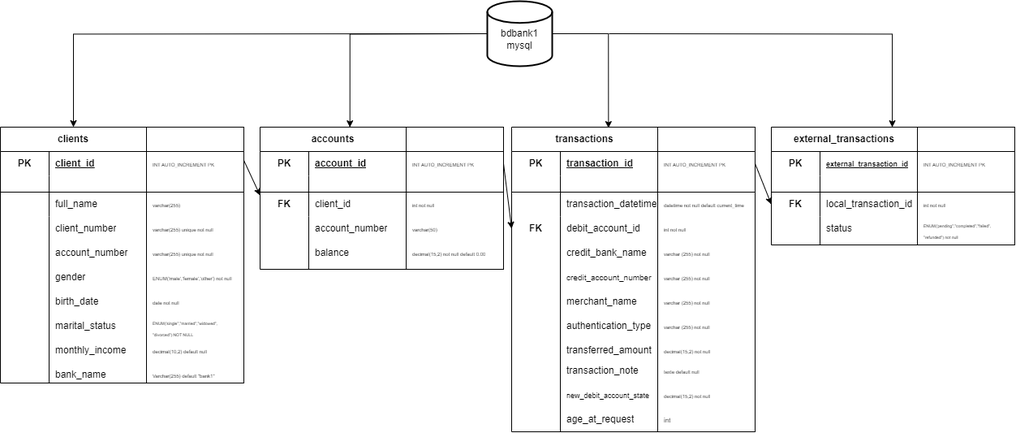
Above: table bank 1.png in gaetus44/db_iot2 (draw.io), before the change. Source tidied: cells renumbered, new cells last; positions are measured from the earlier drawing's top-left corner, leaving out a move shared by most shapes.
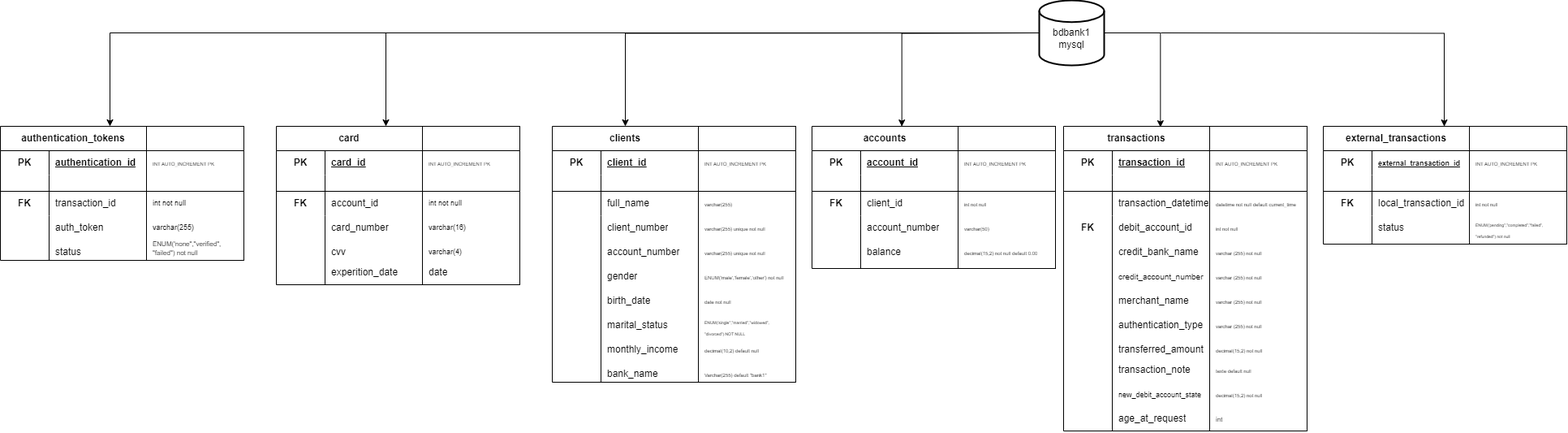
The same diagram one commit later.

Diff of the diagram source:
```diff
@@ -121,6 +121,12 @@
     <mxCell id="34" value="&lt;span style=&quot;font-size: 6px;&quot;&gt;decimal(10,2) default null&lt;/span&gt;" style="shape=partialRectangle;fillColor=none;top=0;left=0;bottom=0;right=0;align=left;spacingLeft=6;overflow=hidden;html=1;whiteSpace=wrap;" parent="1" vertex="1">
       <mxGeometry x="180" y="415" width="120" height="30" as="geometry" />
     </mxCell>
+    <mxCell id="123" style="edgeStyle=orthogonalEdgeStyle;rounded=0;jettySize=auto;html=1;entryX=0.75;entryY=0;entryDx=0;entryDy=0;" parent="1" edge="1" source="35" target="125">
+      <mxGeometry relative="1" as="geometry" />
+    </mxCell>
+    <mxCell id="124" style="edgeStyle=orthogonalEdgeStyle;rounded=0;jettySize=auto;html=1;entryX=0.75;entryY=0;entryDx=0;entryDy=0;" parent="1" edge="1" source="35" target="150">
+      <mxGeometry relative="1" as="geometry" />
+    </mxCell>
     <mxCell id="35" value="&lt;div&gt;&lt;br&gt;&lt;/div&gt;bdbank1&lt;br&gt;mysql" style="strokeWidth=2;html=1;shape=mxgraph.flowchart.database;whiteSpace=wrap;" parent="1" vertex="1">
       <mxGeometry x="600" width="80" height="80" as="geometry" />
     </mxCell>
@@ -403,23 +409,167 @@
     <mxCell id="119" value="&lt;font style=&quot;font-size: 8px;&quot;&gt;int&lt;/font&gt;" style="shape=partialRectangle;fillColor=none;top=0;left=0;bottom=0;right=0;align=left;spacingLeft=6;overflow=hidden;html=1;whiteSpace=wrap;" parent="1" vertex="1">
       <mxGeometry x="810" y="500" width="120" height="30" as="geometry" />
     </mxCell>
-    <mxCell id="120" style="endArrow=classic;html=1;rounded=0;" parent="1" edge="1">
-      <mxGeometry relative="1" as="geometry">
-        <mxPoint x="300" y="196" as="sourcePoint" />
-        <mxPoint x="320" y="239" as="targetPoint" />
-      </mxGeometry>
-    </mxCell>
-    <mxCell id="121" style="endArrow=classic;html=1;rounded=0;" parent="1" edge="1">
-      <mxGeometry relative="1" as="geometry">
-        <mxPoint x="620" y="200" as="sourcePoint" />
-        <mxPoint x="630" y="280" as="targetPoint" />
-      </mxGeometry>
-    </mxCell>
-    <mxCell id="122" style="endArrow=classic;html=1;rounded=0;" parent="1" edge="1">
-      <mxGeometry relative="1" as="geometry">
-        <mxPoint x="930" y="200" as="sourcePoint" />
-        <mxPoint x="950" y="250" as="targetPoint" />
-      </mxGeometry>
-    </mxCell>
+    <mxCell id="125" value="card" style="shape=table;startSize=30;rowLines=0;fontStyle=1;align=center;html=1;whiteSpace=wrap;" parent="1" vertex="1">
+      <mxGeometry x="-340" y="155" width="180" height="195" as="geometry" />
+    </mxCell>
+    <mxCell id="126" style="shape=tableRow;horizontal=0;startSize=0;swimlaneHead=0;swimlaneBody=0;fillColor=none;top=0;left=0;right=0;bottom=0;html=1;" parent="125" vertex="1">
+      <mxGeometry y="30" width="180" height="30" as="geometry" />
+    </mxCell>
+    <mxCell id="127" value="PK" style="shape=partialRectangle;fillColor=none;top=0;left=0;bottom=0;right=0;fontStyle=1;overflow=hidden;html=1;whiteSpace=wrap;" parent="126" vertex="1">
+      <mxGeometry width="60" height="30" as="geometry" />
+    </mxCell>
+    <mxCell id="128" value="card_id" style="shape=partialRectangle;fillColor=none;top=0;left=0;bottom=0;right=0;align=left;spacingLeft=6;fontStyle=5;overflow=hidden;html=1;whiteSpace=wrap;" parent="126" vertex="1">
+      <mxGeometry x="60" width="120" height="30" as="geometry" />
+    </mxCell>
+    <mxCell id="129" style="shape=tableRow;horizontal=0;startSize=0;swimlaneHead=0;swimlaneBody=0;fillColor=none;top=0;left=0;right=0;bottom=1;html=1;" parent="125" vertex="1">
+      <mxGeometry y="60" width="180" height="20" as="geometry" />
+    </mxCell>
+    <mxCell id="130" style="shape=partialRectangle;fillColor=none;top=0;left=0;bottom=0;right=0;fontStyle=1;overflow=hidden;html=1;whiteSpace=wrap;" parent="129" vertex="1">
+      <mxGeometry width="60" height="20" as="geometry" />
+    </mxCell>
+    <mxCell id="131" style="shape=partialRectangle;fillColor=none;top=0;left=0;bottom=0;right=0;align=left;spacingLeft=6;fontStyle=5;overflow=hidden;html=1;whiteSpace=wrap;" parent="129" vertex="1">
+      <mxGeometry x="60" width="120" height="20" as="geometry" />
+    </mxCell>
+    <mxCell id="132" style="shape=tableRow;horizontal=0;startSize=0;swimlaneHead=0;swimlaneBody=0;fillColor=none;top=0;left=0;right=0;bottom=0;html=1;" parent="125" vertex="1">
+      <mxGeometry y="80" width="180" height="30" as="geometry" />
+    </mxCell>
+    <mxCell id="133" style="shape=partialRectangle;fillColor=none;top=0;left=0;bottom=0;right=0;overflow=hidden;html=1;whiteSpace=wrap;" parent="132" vertex="1">
+      <mxGeometry width="60" height="30" as="geometry" />
+    </mxCell>
+    <mxCell id="134" value="account_id" style="shape=partialRectangle;fillColor=none;top=0;left=0;bottom=0;right=0;align=left;spacingLeft=6;overflow=hidden;html=1;whiteSpace=wrap;" parent="132" vertex="1">
+      <mxGeometry x="60" width="120" height="30" as="geometry" />
+    </mxCell>
+    <mxCell id="135" style="shape=tableRow;horizontal=0;startSize=0;swimlaneHead=0;swimlaneBody=0;fillColor=none;top=0;left=0;right=0;bottom=0;html=1;" parent="125" vertex="1">
+      <mxGeometry y="110" width="180" height="30" as="geometry" />
+    </mxCell>
+    <mxCell id="136" style="shape=partialRectangle;fillColor=none;top=0;left=0;bottom=0;right=0;overflow=hidden;html=1;whiteSpace=wrap;" parent="135" vertex="1">
+      <mxGeometry width="60" height="30" as="geometry" />
+    </mxCell>
+    <mxCell id="137" value="card_number" style="shape=partialRectangle;fillColor=none;top=0;left=0;bottom=0;right=0;align=left;spacingLeft=6;overflow=hidden;html=1;whiteSpace=wrap;" parent="135" vertex="1">
+      <mxGeometry x="60" width="120" height="30" as="geometry" />
+    </mxCell>
+    <mxCell id="138" style="endArrow=none;html=1;rounded=0;fontSize=12;startSize=8;endSize=8;curved=1;entryX=0.329;entryY=0.967;entryDx=0;entryDy=0;entryPerimeter=0;" parent="1" edge="1">
+      <mxGeometry relative="1" as="geometry">
+        <mxPoint x="-280" y="350" as="sourcePoint" />
+        <mxPoint x="-280" y="294" as="targetPoint" />
+      </mxGeometry>
+    </mxCell>
+    <mxCell id="139" value="cvv" style="shape=partialRectangle;fillColor=none;top=0;left=0;bottom=0;right=0;align=left;spacingLeft=6;overflow=hidden;html=1;whiteSpace=wrap;" parent="1" vertex="1">
+      <mxGeometry x="-280" y="295" width="120" height="30" as="geometry" />
+    </mxCell>
+    <mxCell id="140" style="rounded=0;whiteSpace=wrap;html=1;fillColor=none;" parent="1" vertex="1">
+      <mxGeometry x="-160" y="155" width="120" height="195" as="geometry" />
+    </mxCell>
+    <mxCell id="141" value="&lt;font style=&quot;font-size: 6px;&quot;&gt;INT AUTO_INCREMENT PK&lt;/font&gt;" style="shape=partialRectangle;fillColor=none;top=0;left=0;bottom=0;right=0;align=left;spacingLeft=6;overflow=hidden;html=1;whiteSpace=wrap;" parent="1" vertex="1">
+      <mxGeometry x="-160" y="185" width="120" height="30" as="geometry" />
+    </mxCell>
+    <mxCell id="142" value="&lt;span&gt;int not null&lt;/span&gt;" style="shape=partialRectangle;fillColor=none;top=0;left=0;bottom=0;right=0;align=left;spacingLeft=6;overflow=hidden;html=1;whiteSpace=wrap;fontSize=9;" parent="1" vertex="1">
+      <mxGeometry x="-160" y="235" width="120" height="30" as="geometry" />
+    </mxCell>
+    <mxCell id="143" style="endArrow=none;html=1;rounded=0;" parent="1" edge="1">
+      <mxGeometry relative="1" as="geometry">
+        <mxPoint x="-160" y="185" as="sourcePoint" />
+        <mxPoint x="-40" y="185" as="targetPoint" />
+      </mxGeometry>
+    </mxCell>
+    <mxCell id="144" style="endArrow=none;html=1;rounded=0;" parent="1" edge="1">
+      <mxGeometry relative="1" as="geometry">
+        <mxPoint x="-160" y="235" as="sourcePoint" />
+        <mxPoint x="-40" y="235" as="targetPoint" />
+      </mxGeometry>
+    </mxCell>
+    <mxCell id="145" value="&lt;span&gt;varchar(16)&lt;/span&gt;" style="shape=partialRectangle;fillColor=none;top=0;left=0;bottom=0;right=0;align=left;spacingLeft=6;overflow=hidden;html=1;whiteSpace=wrap;strokeWidth=1;fontSize=9;" parent="1" vertex="1">
+      <mxGeometry x="-160" y="265" width="120" height="30" as="geometry" />
+    </mxCell>
+    <mxCell id="146" value="&lt;span&gt;varchar(4)&lt;/span&gt;" style="shape=partialRectangle;fillColor=none;top=0;left=0;bottom=0;right=0;align=left;spacingLeft=6;overflow=hidden;html=1;whiteSpace=wrap;fontSize=9;" parent="1" vertex="1">
+      <mxGeometry x="-160" y="295" width="120" height="30" as="geometry" />
+    </mxCell>
+    <mxCell id="147" value="FK" style="shape=partialRectangle;fillColor=none;top=0;left=0;bottom=0;right=0;fontStyle=1;overflow=hidden;html=1;whiteSpace=wrap;" parent="1" vertex="1">
+      <mxGeometry x="-340" y="235" width="60" height="30" as="geometry" />
+    </mxCell>
+    <mxCell id="148" value="experition_date" style="shape=partialRectangle;fillColor=none;top=0;left=0;bottom=0;right=0;align=left;spacingLeft=6;overflow=hidden;html=1;whiteSpace=wrap;" parent="1" vertex="1">
+      <mxGeometry x="-280" y="320" width="120" height="30" as="geometry" />
+    </mxCell>
+    <mxCell id="149" value="date" style="shape=partialRectangle;fillColor=none;top=0;left=0;bottom=0;right=0;align=left;spacingLeft=6;overflow=hidden;html=1;whiteSpace=wrap;" parent="1" vertex="1">
+      <mxGeometry x="-160" y="320" width="120" height="30" as="geometry" />
+    </mxCell>
+    <mxCell id="150" value="authentication_tokens" style="shape=table;startSize=30;rowLines=0;fontStyle=1;align=center;html=1;whiteSpace=wrap;" parent="1" vertex="1">
+      <mxGeometry x="-680" y="155" width="180" height="165" as="geometry" />
+    </mxCell>
+    <mxCell id="151" style="shape=tableRow;horizontal=0;startSize=0;swimlaneHead=0;swimlaneBody=0;fillColor=none;top=0;left=0;right=0;bottom=0;html=1;" parent="150" vertex="1">
+      <mxGeometry y="30" width="180" height="30" as="geometry" />
+    </mxCell>
+    <mxCell id="152" value="PK" style="shape=partialRectangle;fillColor=none;top=0;left=0;bottom=0;right=0;fontStyle=1;overflow=hidden;html=1;whiteSpace=wrap;" parent="151" vertex="1">
+      <mxGeometry width="60" height="30" as="geometry" />
+    </mxCell>
+    <mxCell id="153" value="authentication_id" style="shape=partialRectangle;fillColor=none;top=0;left=0;bottom=0;right=0;align=left;spacingLeft=6;fontStyle=5;overflow=hidden;html=1;whiteSpace=wrap;" parent="151" vertex="1">
+      <mxGeometry x="60" width="120" height="30" as="geometry" />
+    </mxCell>
+    <mxCell id="154" style="shape=tableRow;horizontal=0;startSize=0;swimlaneHead=0;swimlaneBody=0;fillColor=none;top=0;left=0;right=0;bottom=1;html=1;" parent="150" vertex="1">
+      <mxGeometry y="60" width="180" height="20" as="geometry" />
+    </mxCell>
+    <mxCell id="155" style="shape=partialRectangle;fillColor=none;top=0;left=0;bottom=0;right=0;fontStyle=1;overflow=hidden;html=1;whiteSpace=wrap;" parent="154" vertex="1">
+      <mxGeometry width="60" height="20" as="geometry" />
+    </mxCell>
+    <mxCell id="156" style="shape=partialRectangle;fillColor=none;top=0;left=0;bottom=0;right=0;align=left;spacingLeft=6;fontStyle=5;overflow=hidden;html=1;whiteSpace=wrap;" parent="154" vertex="1">
+      <mxGeometry x="60" width="120" height="20" as="geometry" />
+    </mxCell>
+    <mxCell id="157" style="shape=tableRow;horizontal=0;startSize=0;swimlaneHead=0;swimlaneBody=0;fillColor=none;top=0;left=0;right=0;bottom=0;html=1;" parent="150" vertex="1">
+      <mxGeometry y="80" width="180" height="30" as="geometry" />
+    </mxCell>
+    <mxCell id="158" style="shape=partialRectangle;fillColor=none;top=0;left=0;bottom=0;right=0;overflow=hidden;html=1;whiteSpace=wrap;" parent="157" vertex="1">
+      <mxGeometry width="60" height="30" as="geometry" />
+    </mxCell>
+    <mxCell id="159" value="transaction_id" style="shape=partialRectangle;fillColor=none;top=0;left=0;bottom=0;right=0;align=left;spacingLeft=6;overflow=hidden;html=1;whiteSpace=wrap;" parent="157" vertex="1">
+      <mxGeometry x="60" width="120" height="30" as="geometry" />
+    </mxCell>
+    <mxCell id="160" style="shape=tableRow;horizontal=0;startSize=0;swimlaneHead=0;swimlaneBody=0;fillColor=none;top=0;left=0;right=0;bottom=0;html=1;" parent="150" vertex="1">
+      <mxGeometry y="110" width="180" height="30" as="geometry" />
+    </mxCell>
+    <mxCell id="161" style="shape=partialRectangle;fillColor=none;top=0;left=0;bottom=0;right=0;overflow=hidden;html=1;whiteSpace=wrap;" parent="160" vertex="1">
+      <mxGeometry width="60" height="30" as="geometry" />
+    </mxCell>
+    <mxCell id="162" value="auth_token" style="shape=partialRectangle;fillColor=none;top=0;left=0;bottom=0;right=0;align=left;spacingLeft=6;overflow=hidden;html=1;whiteSpace=wrap;" parent="160" vertex="1">
+      <mxGeometry x="60" width="120" height="30" as="geometry" />
+    </mxCell>
+    <mxCell id="163" style="endArrow=none;html=1;rounded=0;fontSize=12;startSize=8;endSize=8;curved=1;entryX=0.329;entryY=0.967;entryDx=0;entryDy=0;entryPerimeter=0;" parent="1" edge="1">
+      <mxGeometry relative="1" as="geometry">
+        <mxPoint x="-620" y="320" as="sourcePoint" />
+        <mxPoint x="-620" y="294" as="targetPoint" />
+      </mxGeometry>
+    </mxCell>
+    <mxCell id="164" value="status" style="shape=partialRectangle;fillColor=none;top=0;left=0;bottom=0;right=0;align=left;spacingLeft=6;overflow=hidden;html=1;whiteSpace=wrap;" parent="1" vertex="1">
+      <mxGeometry x="-620" y="295" width="120" height="30" as="geometry" />
+    </mxCell>
+    <mxCell id="165" style="rounded=0;whiteSpace=wrap;html=1;fillColor=none;" parent="1" vertex="1">
+      <mxGeometry x="-500" y="155" width="120" height="165" as="geometry" />
+    </mxCell>
+    <mxCell id="166" value="&lt;font style=&quot;font-size: 6px;&quot;&gt;INT AUTO_INCREMENT PK&lt;/font&gt;" style="shape=partialRectangle;fillColor=none;top=0;left=0;bottom=0;right=0;align=left;spacingLeft=6;overflow=hidden;html=1;whiteSpace=wrap;" parent="1" vertex="1">
+      <mxGeometry x="-500" y="185" width="120" height="30" as="geometry" />
+    </mxCell>
+    <mxCell id="167" value="&lt;span&gt;int not null&lt;/span&gt;" style="shape=partialRectangle;fillColor=none;top=0;left=0;bottom=0;right=0;align=left;spacingLeft=6;overflow=hidden;html=1;whiteSpace=wrap;fontSize=9;" parent="1" vertex="1">
+      <mxGeometry x="-500" y="235" width="120" height="30" as="geometry" />
+    </mxCell>
+    <mxCell id="168" style="endArrow=none;html=1;rounded=0;" parent="1" edge="1">
+      <mxGeometry relative="1" as="geometry">
+        <mxPoint x="-500" y="185" as="sourcePoint" />
+        <mxPoint x="-380" y="185" as="targetPoint" />
+      </mxGeometry>
+    </mxCell>
+    <mxCell id="169" style="endArrow=none;html=1;rounded=0;" parent="1" edge="1">
+      <mxGeometry relative="1" as="geometry">
+        <mxPoint x="-500" y="235" as="sourcePoint" />
+        <mxPoint x="-380" y="235" as="targetPoint" />
+      </mxGeometry>
+    </mxCell>
+    <mxCell id="170" value="&lt;span&gt;varchar(255)&lt;/span&gt;" style="shape=partialRectangle;fillColor=none;top=0;left=0;bottom=0;right=0;align=left;spacingLeft=6;overflow=hidden;html=1;whiteSpace=wrap;strokeWidth=1;fontSize=9;" parent="1" vertex="1">
+      <mxGeometry x="-500" y="265" width="120" height="30" as="geometry" />
+    </mxCell>
+    <mxCell id="171" value="&lt;font style=&quot;font-size: 8px;&quot;&gt;ENUM('none&quot;,&quot;verified&quot;,&lt;br&gt;&quot;failed&quot;&lt;/font&gt;&lt;span style=&quot;font-size: 8px; background-color: transparent; color: light-dark(rgb(0, 0, 0), rgb(255, 255, 255));&quot;&gt;) not null&lt;/span&gt;" style="shape=partialRectangle;fillColor=none;top=0;left=0;bottom=0;right=0;align=left;spacingLeft=6;overflow=hidden;html=1;whiteSpace=wrap;fontSize=9;" parent="1" vertex="1">
+      <mxGeometry x="-500" y="290" width="110" height="30" as="geometry" />
+    </mxCell>
+    <mxCell id="172" value="FK" style="shape=partialRectangle;fillColor=none;top=0;left=0;bottom=0;right=0;fontStyle=1;overflow=hidden;html=1;whiteSpace=wrap;" parent="1" vertex="1">
+      <mxGeometry x="-680" y="235" width="60" height="30" as="geometry" />
+    </mxCell>
   </root>
 </mxGraphModel>
```
